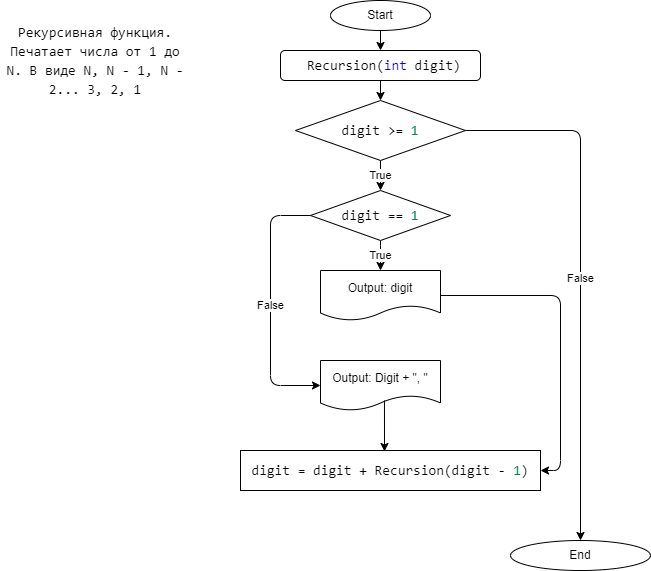
kononovaele/HomeTask_9 keeps this draw.io diagram as task_64/diagram.drawio.png. Above is the earlier version. Source tidied: cells renumbered, new cells last; positions are measured from the earlier drawing's top-left corner, leaving out a move shared by most shapes. Its diagram source:
```xml
<mxGraphModel>
  <root>
    <mxCell id="0" />
    <mxCell id="1" parent="0" />
    <mxCell id="2" value="Start" style="ellipse;whiteSpace=wrap;html=1;" parent="1" vertex="1">
      <mxGeometry x="330" width="100" height="30" as="geometry" />
    </mxCell>
    <mxCell id="3" value="&lt;div style=&quot;background-color: rgb(255, 255, 255); font-family: Consolas, &amp;quot;Courier New&amp;quot;, monospace; font-size: 14px; line-height: 19px;&quot;&gt;&amp;nbsp;Recursion(&lt;span style=&quot;color: #0000ff;&quot;&gt;int&lt;/span&gt; digit)&lt;/div&gt;" style="rounded=1;whiteSpace=wrap;html=1;" parent="1" vertex="1">
      <mxGeometry x="280" y="50" width="200" height="30" as="geometry" />
    </mxCell>
    <mxCell id="4" value="&lt;div style=&quot;background-color: rgb(255, 255, 255); font-family: Consolas, &amp;quot;Courier New&amp;quot;, monospace; font-size: 14px; line-height: 19px;&quot;&gt;digit &amp;gt;= &lt;span style=&quot;color: #098658;&quot;&gt;1&lt;/span&gt;&lt;/div&gt;" style="rhombus;whiteSpace=wrap;html=1;" parent="1" vertex="1">
      <mxGeometry x="295" y="100" width="170" height="60" as="geometry" />
    </mxCell>
    <mxCell id="5" value="&lt;div style=&quot;background-color: rgb(255, 255, 255); font-family: Consolas, &amp;quot;Courier New&amp;quot;, monospace; font-size: 14px; line-height: 19px;&quot;&gt;digit == &lt;span style=&quot;color: #098658;&quot;&gt;1&lt;/span&gt;&lt;/div&gt;" style="rhombus;whiteSpace=wrap;html=1;" parent="1" vertex="1">
      <mxGeometry x="310" y="190" width="140" height="50" as="geometry" />
    </mxCell>
    <mxCell id="6" value="Output: digit" style="shape=document;whiteSpace=wrap;html=1;boundedLbl=1;" parent="1" vertex="1">
      <mxGeometry x="320" y="270" width="120" height="50" as="geometry" />
    </mxCell>
    <mxCell id="7" value="Output: Digit + &quot;, &quot;" style="shape=document;whiteSpace=wrap;html=1;boundedLbl=1;" parent="1" vertex="1">
      <mxGeometry x="320" y="360" width="120" height="50" as="geometry" />
    </mxCell>
    <mxCell id="8" value="&lt;div style=&quot;background-color: rgb(255, 255, 255); font-family: Consolas, &amp;quot;Courier New&amp;quot;, monospace; font-size: 14px; line-height: 19px;&quot;&gt;digit = digit + Recursion(digit - &lt;span style=&quot;color: #098658;&quot;&gt;1&lt;/span&gt;)&lt;/div&gt;" style="rounded=0;whiteSpace=wrap;html=1;" parent="1" vertex="1">
      <mxGeometry x="240" y="450" width="300" height="40" as="geometry" />
    </mxCell>
    <mxCell id="9" value="End" style="ellipse;whiteSpace=wrap;html=1;" parent="1" vertex="1">
      <mxGeometry x="510" y="540" width="140" height="30" as="geometry" />
    </mxCell>
    <mxCell id="10" style="endArrow=classic;html=1;exitX=0.5;exitY=1;exitDx=0;exitDy=0;entryX=0.5;entryY=0;entryDx=0;entryDy=0;" parent="1" edge="1" source="2" target="3">
      <mxGeometry relative="1" as="geometry" />
    </mxCell>
    <mxCell id="11" style="endArrow=classic;html=1;exitX=0.5;exitY=1;exitDx=0;exitDy=0;entryX=0.5;entryY=0;entryDx=0;entryDy=0;" parent="1" edge="1" source="3" target="4">
      <mxGeometry relative="1" as="geometry" />
    </mxCell>
    <mxCell id="12" value="True" style="endArrow=classic;html=1;exitX=0.5;exitY=1;exitDx=0;exitDy=0;entryX=0.5;entryY=0;entryDx=0;entryDy=0;" parent="1" edge="1" source="4" target="5">
      <mxGeometry relative="1" as="geometry" />
    </mxCell>
    <mxCell id="13" value="True" style="endArrow=classic;html=1;exitX=0.5;exitY=1;exitDx=0;exitDy=0;entryX=0.5;entryY=0;entryDx=0;entryDy=0;" parent="1" edge="1" source="5" target="6">
      <mxGeometry relative="1" as="geometry">
        <Array as="points">
          <mxPoint x="380" y="250" />
        </Array>
      </mxGeometry>
    </mxCell>
    <mxCell id="14" value="False" style="endArrow=classic;html=1;exitX=0;exitY=0.5;exitDx=0;exitDy=0;entryX=0;entryY=0.5;entryDx=0;entryDy=0;" parent="1" edge="1" source="5" target="7">
      <mxGeometry relative="1" as="geometry">
        <Array as="points">
          <mxPoint x="270" y="215" />
          <mxPoint x="270" y="385" />
        </Array>
      </mxGeometry>
    </mxCell>
    <mxCell id="15" style="endArrow=classic;html=1;exitX=1;exitY=0.5;exitDx=0;exitDy=0;entryX=1;entryY=0.5;entryDx=0;entryDy=0;" parent="1" edge="1" source="6" target="8">
      <mxGeometry relative="1" as="geometry">
        <Array as="points">
          <mxPoint x="560" y="295" />
          <mxPoint x="560" y="470" />
        </Array>
      </mxGeometry>
    </mxCell>
    <mxCell id="16" style="endArrow=classic;html=1;exitX=0.533;exitY=0.797;exitDx=0;exitDy=0;exitPerimeter=0;" parent="1" edge="1" source="7">
      <mxGeometry relative="1" as="geometry">
        <mxPoint x="384" y="451" as="targetPoint" />
      </mxGeometry>
    </mxCell>
    <mxCell id="17" value="False" style="endArrow=classic;html=1;exitX=1;exitY=0.5;exitDx=0;exitDy=0;entryX=0.5;entryY=0;entryDx=0;entryDy=0;" parent="1" edge="1" source="4" target="9">
      <mxGeometry relative="1" as="geometry">
        <Array as="points">
          <mxPoint x="580" y="130" />
        </Array>
      </mxGeometry>
    </mxCell>
    <mxCell id="18" value="&lt;div style=&quot;background-color: rgb(255, 255, 255); font-family: Consolas, &amp;quot;Courier New&amp;quot;, monospace; font-size: 14px; line-height: 19px;&quot;&gt;Рекурсивная функция. Печатает числа от 1 до N. В виде N, N - 1, N - 2... 3, 2, 1&lt;/div&gt;" style="text;html=1;strokeColor=none;fillColor=none;align=center;verticalAlign=middle;whiteSpace=wrap;rounded=0;" parent="1" vertex="1">
      <mxGeometry y="10" width="190" height="100" as="geometry" />
    </mxCell>
  </root>
</mxGraphModel>
```
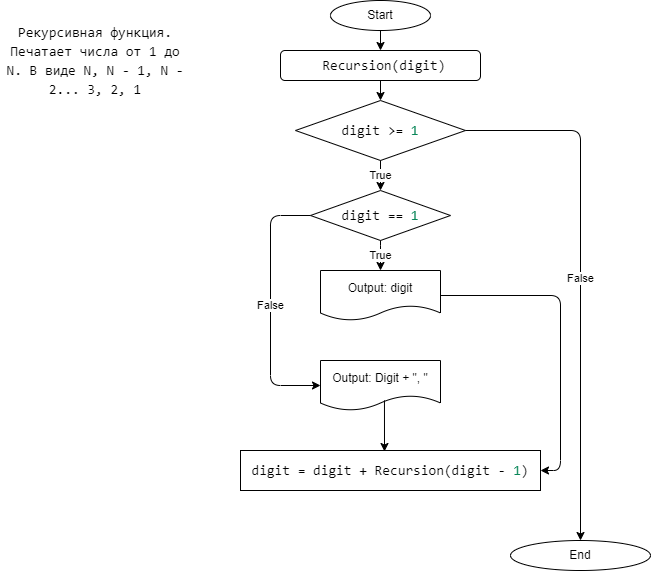
After the commit.

Commit message:
add block-schema to task_66

What changed in the source:
```diff
@@ -5,7 +5,7 @@
     <mxCell id="2" value="Start" style="ellipse;whiteSpace=wrap;html=1;" parent="1" vertex="1">
       <mxGeometry x="330" width="100" height="30" as="geometry" />
     </mxCell>
-    <mxCell id="3" value="&lt;div style=&quot;background-color: rgb(255, 255, 255); font-family: Consolas, &amp;quot;Courier New&amp;quot;, monospace; font-size: 14px; line-height: 19px;&quot;&gt;&amp;nbsp;Recursion(&lt;span style=&quot;color: #0000ff;&quot;&gt;int&lt;/span&gt; digit)&lt;/div&gt;" style="rounded=1;whiteSpace=wrap;html=1;" parent="1" vertex="1">
+    <mxCell id="3" value="&lt;div style=&quot;background-color: rgb(255, 255, 255); font-family: Consolas, &amp;quot;Courier New&amp;quot;, monospace; font-size: 14px; line-height: 19px;&quot;&gt;&amp;nbsp;Recursion(digit)&lt;/div&gt;" style="rounded=1;whiteSpace=wrap;html=1;" parent="1" vertex="1">
       <mxGeometry x="280" y="50" width="200" height="30" as="geometry" />
     </mxCell>
     <mxCell id="4" value="&lt;div style=&quot;background-color: rgb(255, 255, 255); font-family: Consolas, &amp;quot;Courier New&amp;quot;, monospace; font-size: 14px; line-height: 19px;&quot;&gt;digit &amp;gt;= &lt;span style=&quot;color: #098658;&quot;&gt;1&lt;/span&gt;&lt;/div&gt;" style="rhombus;whiteSpace=wrap;html=1;" parent="1" vertex="1">
```
